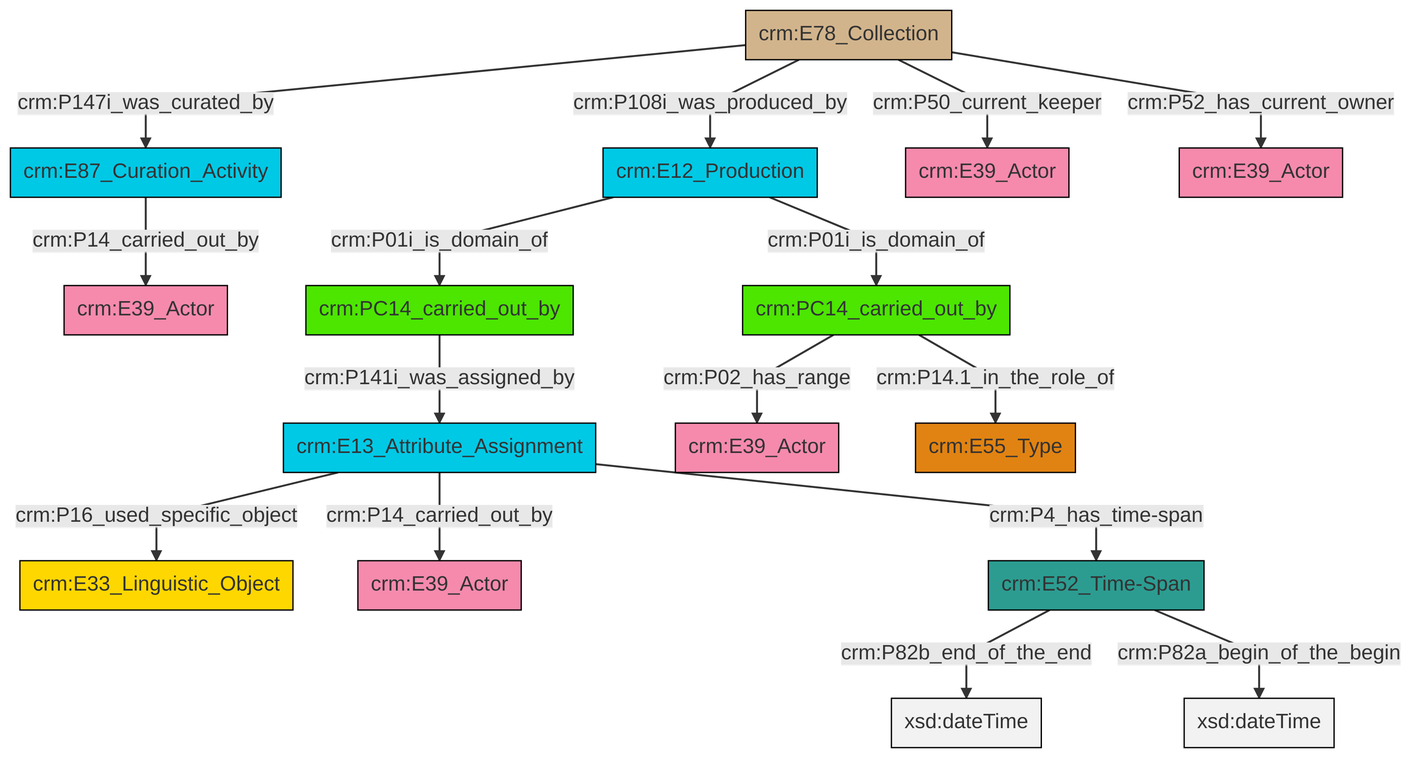
The Mermaid diagram et/archivalCSV/ttl/mmd/png/archival_relation.png in swiss-art-research-net/docs.swissartresearch, before a commit. Its source is kept beside it as et/archivalCSV/ttl/mmd/archival_relation.ttl.mmd.
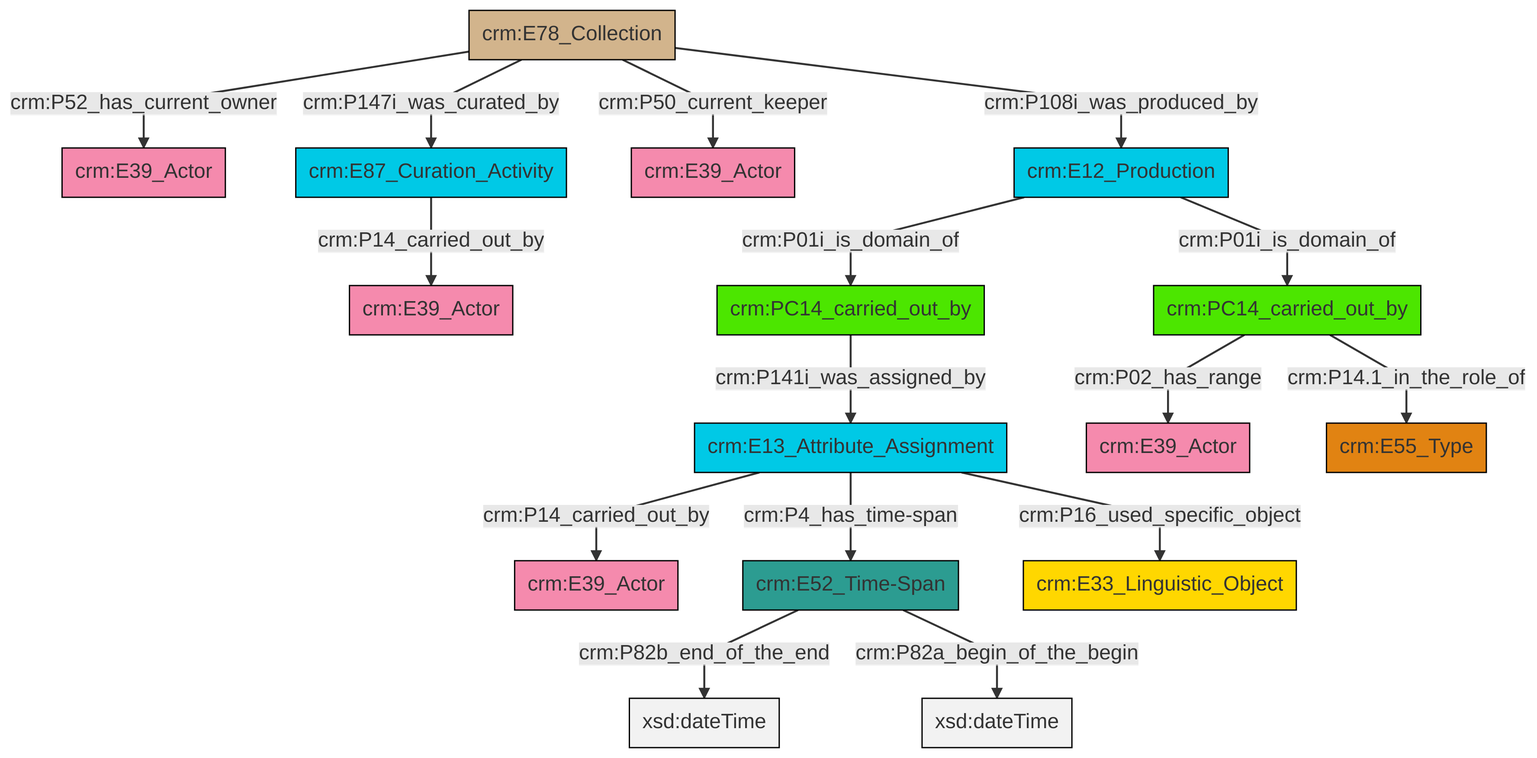
The same file after the commit.

What changed in the source:
```diff
@@ -13,18 +13,18 @@
 classDef PC_Classes fill:#4ce600, stroke:#000000;
 classDef Multi fill:#cccccc,stroke:#000000;
 
-0["crm:E78_Collection"]:::Physical_Thing -->|crm:P108i_was_produced_by| 1["crm:E12_Production"]:::Temporal_Entity
 2["crm:E87_Curation_Activity"]:::Temporal_Entity -->|crm:P14_carried_out_by| 3["crm:E39_Actor"]:::Actor
-8["crm:E13_Attribute_Assignment"]:::Temporal_Entity -->|crm:P14_carried_out_by| 9["crm:E39_Actor"]:::Actor
-12["crm:PC14_carried_out_by"]:::PC_Classes -->|crm:P02_has_range| 13["crm:E39_Actor"]:::Actor
-8["crm:E13_Attribute_Assignment"]:::Temporal_Entity -->|crm:P4_has_time-span| 14["crm:E52_Time-Span"]:::Time-Span
-4["crm:PC14_carried_out_by"]:::PC_Classes -->|crm:P141i_was_assigned_by| 8["crm:E13_Attribute_Assignment"]:::Temporal_Entity
-14["crm:E52_Time-Span"]:::Time-Span -->|crm:P82b_end_of_the_end| 19[xsd:dateTime]:::Literal
-12["crm:PC14_carried_out_by"]:::PC_Classes -->|crm:P14.1_in_the_role_of| 21["crm:E55_Type"]:::Type
-0["crm:E78_Collection"]:::Physical_Thing -->|crm:P50_current_keeper| 16["crm:E39_Actor"]:::Actor
-0["crm:E78_Collection"]:::Physical_Thing -->|crm:P52_has_current_owner| 22["crm:E39_Actor"]:::Actor
-1["crm:E12_Production"]:::Temporal_Entity -->|crm:P01i_is_domain_of| 12["crm:PC14_carried_out_by"]:::PC_Classes
-1["crm:E12_Production"]:::Temporal_Entity -->|crm:P01i_is_domain_of| 4["crm:PC14_carried_out_by"]:::PC_Classes
-8["crm:E13_Attribute_Assignment"]:::Temporal_Entity -->|crm:P16_used_specific_object| 6["crm:E33_Linguistic_Object"]:::Conceptual_Object
-14["crm:E52_Time-Span"]:::Time-Span -->|crm:P82a_begin_of_the_begin| 27[xsd:dateTime]:::Literal
-0["crm:E78_Collection"]:::Physical_Thing -->|crm:P147i_was_curated_by| 2["crm:E87_Curation_Activity"]:::Temporal_Entity
+4["crm:E78_Collection"]:::Physical_Thing -->|crm:P147i_was_curated_by| 2["crm:E87_Curation_Activity"]:::Temporal_Entity
+9["crm:PC14_carried_out_by"]:::PC_Classes -->|crm:P02_has_range| 10["crm:E39_Actor"]:::Actor
+11["crm:E12_Production"]:::Temporal_Entity -->|crm:P01i_is_domain_of| 12["crm:PC14_carried_out_by"]:::PC_Classes
+5["crm:E13_Attribute_Assignment"]:::Temporal_Entity -->|crm:P14_carried_out_by| 13["crm:E39_Actor"]:::Actor
+15["crm:E52_Time-Span"]:::Time-Span -->|crm:P82b_end_of_the_end| 16[xsd:dateTime]:::Literal
+4["crm:E78_Collection"]:::Physical_Thing -->|crm:P108i_was_produced_by| 11["crm:E12_Production"]:::Temporal_Entity
+12["crm:PC14_carried_out_by"]:::PC_Classes -->|crm:P141i_was_assigned_by| 5["crm:E13_Attribute_Assignment"]:::Temporal_Entity
+4["crm:E78_Collection"]:::Physical_Thing -->|crm:P50_current_keeper| 7["crm:E39_Actor"]:::Actor
+4["crm:E78_Collection"]:::Physical_Thing -->|crm:P52_has_current_owner| 0["crm:E39_Actor"]:::Actor
+5["crm:E13_Attribute_Assignment"]:::Temporal_Entity -->|crm:P4_has_time-span| 15["crm:E52_Time-Span"]:::Time-Span
+5["crm:E13_Attribute_Assignment"]:::Temporal_Entity -->|crm:P16_used_specific_object| 17["crm:E33_Linguistic_Object"]:::Conceptual_Object
+9["crm:PC14_carried_out_by"]:::PC_Classes -->|crm:P14.1_in_the_role_of| 20["crm:E55_Type"]:::Type
+11["crm:E12_Production"]:::Temporal_Entity -->|crm:P01i_is_domain_of| 9["crm:PC14_carried_out_by"]:::PC_Classes
+15["crm:E52_Time-Span"]:::Time-Span -->|crm:P82a_begin_of_the_begin| 29[xsd:dateTime]:::Literal
```
